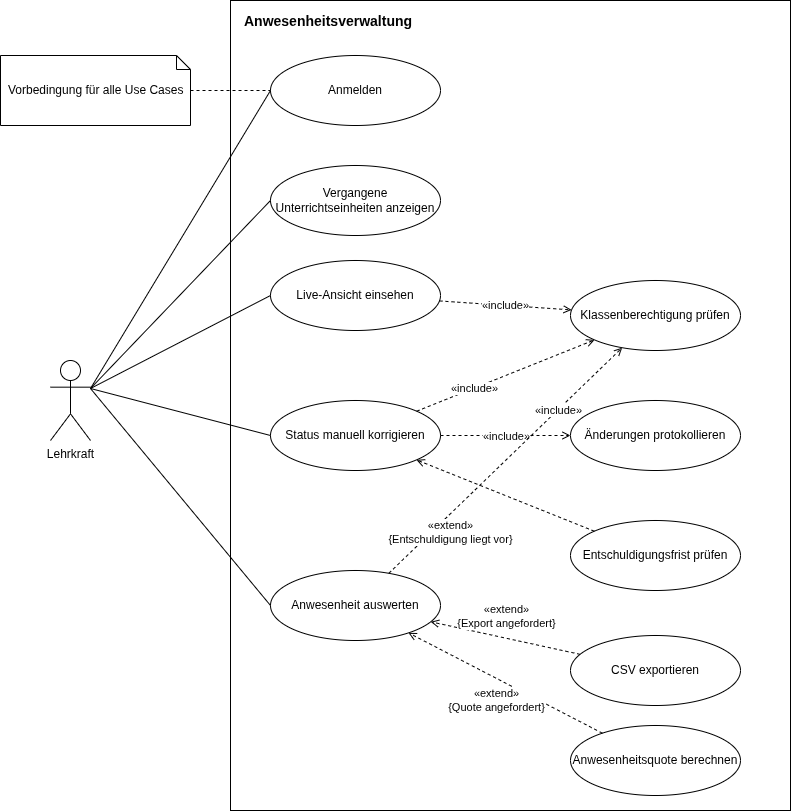
The draw.io diagram diagramme/UML/usecase_anwesenheitsverwaltung.drawio.png in fes-wiesbaden/p4-gr5_schuelerzeiterfassung, before a commit. Source tidied: cells renumbered, new cells last; positions are measured from the earlier drawing's top-left corner, leaving out a move shared by most shapes.
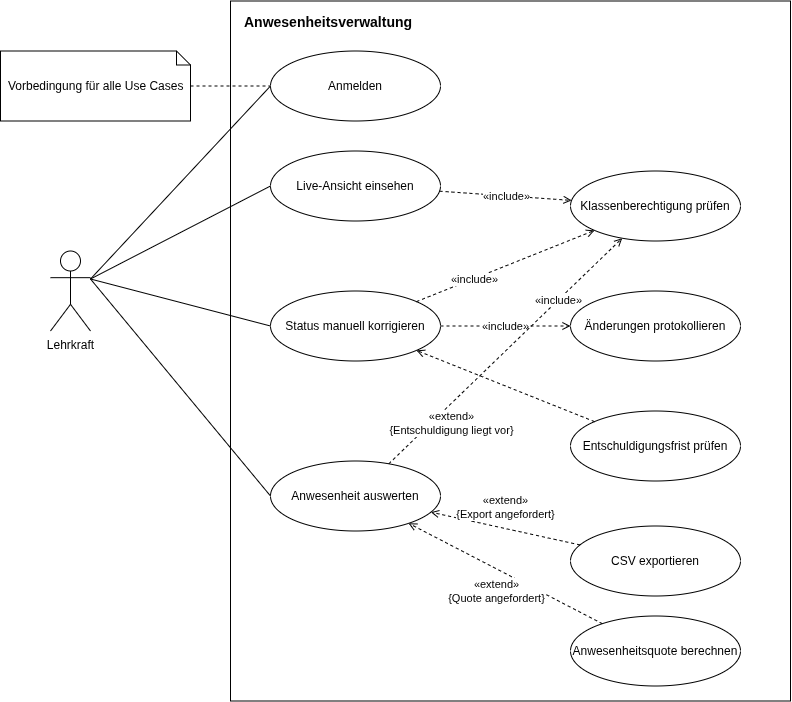
Above is the later version.

Change to the diagram source:
```diff
@@ -3,23 +3,20 @@
     <mxCell id="0" />
     <mxCell id="1" parent="0" />
     <mxCell id="2" value="Anwesenheitsverwaltung" style="rounded=0;whiteSpace=wrap;html=1;verticalAlign=top;align=left;spacingLeft=12;spacingTop=6;fillColor=none;fontSize=14;fontStyle=1;" parent="1" vertex="1">
-      <mxGeometry x="230" width="560" height="810" as="geometry" />
+      <mxGeometry x="230" y="110" width="560" height="700" as="geometry" />
     </mxCell>
     <mxCell id="3" value="Lehrkraft" style="shape=umlActor;verticalLabelPosition=bottom;verticalAlign=top;html=1;outlineConnect=0;" parent="1" vertex="1">
       <mxGeometry x="50" y="360" width="40" height="80" as="geometry" />
     </mxCell>
     <mxCell id="4" value="Vorbedingung für alle Use Cases" style="shape=note;whiteSpace=wrap;html=1;size=14;verticalAlign=middle;align=left;spacingLeft=6;" parent="1" vertex="1">
-      <mxGeometry y="55" width="190" height="70" as="geometry" />
+      <mxGeometry y="160" width="190" height="70" as="geometry" />
     </mxCell>
     <mxCell id="5" style="endArrow=none;dashed=1;html=1;rounded=0;" parent="1" edge="1" source="4" target="6">
       <mxGeometry relative="1" as="geometry" />
     </mxCell>
     <mxCell id="6" value="Anmelden" style="ellipse;whiteSpace=wrap;html=1;" parent="1" vertex="1">
-      <mxGeometry x="270" y="55" width="170" height="70" as="geometry" />
+      <mxGeometry x="270" y="160" width="170" height="70" as="geometry" />
     </mxCell>
-    <mxCell id="7" value="Vergangene Unterrichtseinheiten anzeigen" style="ellipse;whiteSpace=wrap;html=1;" parent="1" vertex="1">
-      <mxGeometry x="270" y="165" width="170" height="70" as="geometry" />
-    </mxCell>
     <mxCell id="8" value="Live-Ansicht einsehen" style="ellipse;whiteSpace=wrap;html=1;" parent="1" vertex="1">
       <mxGeometry x="270" y="260" width="170" height="70" as="geometry" />
     </mxCell>
@@ -47,9 +44,6 @@
     <mxCell id="16" style="endArrow=none;html=1;rounded=0;exitX=1;exitY=0.35;exitDx=0;exitDy=0;entryX=0;entryY=0.5;entryDx=0;entryDy=0;" parent="1" edge="1" source="3" target="6">
       <mxGeometry relative="1" as="geometry" />
     </mxCell>
-    <mxCell id="17" style="endArrow=none;html=1;rounded=0;exitX=1;exitY=0.35;exitDx=0;exitDy=0;entryX=0;entryY=0.5;entryDx=0;entryDy=0;" parent="1" edge="1" source="3" target="7">
-      <mxGeometry relative="1" as="geometry" />
-    </mxCell>
     <mxCell id="18" style="endArrow=none;html=1;rounded=0;exitX=1;exitY=0.35;exitDx=0;exitDy=0;entryX=0;entryY=0.5;entryDx=0;entryDy=0;" parent="1" edge="1" source="3" target="8">
       <mxGeometry relative="1" as="geometry" />
     </mxCell>
```
